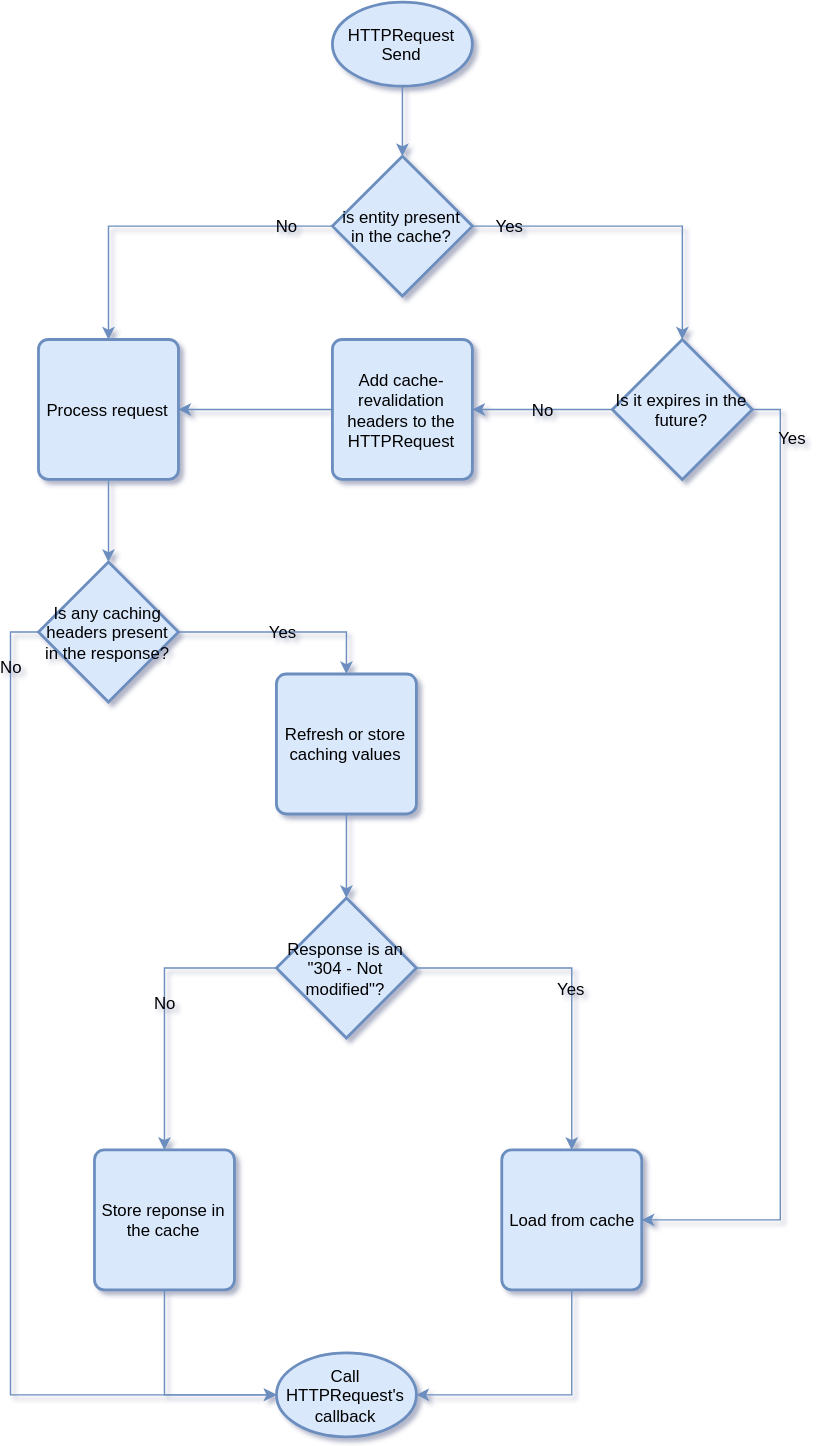
Benedicht/BestHTTP-Documentation keeps this draw.io diagram as docs/1. HTTP Request/Advanced Topics/media/CachingExplained.svg. Above is the earlier version. Source tidied: cells renumbered, new cells last; positions are measured from the earlier drawing's top-left corner, leaving out a move shared by most shapes.
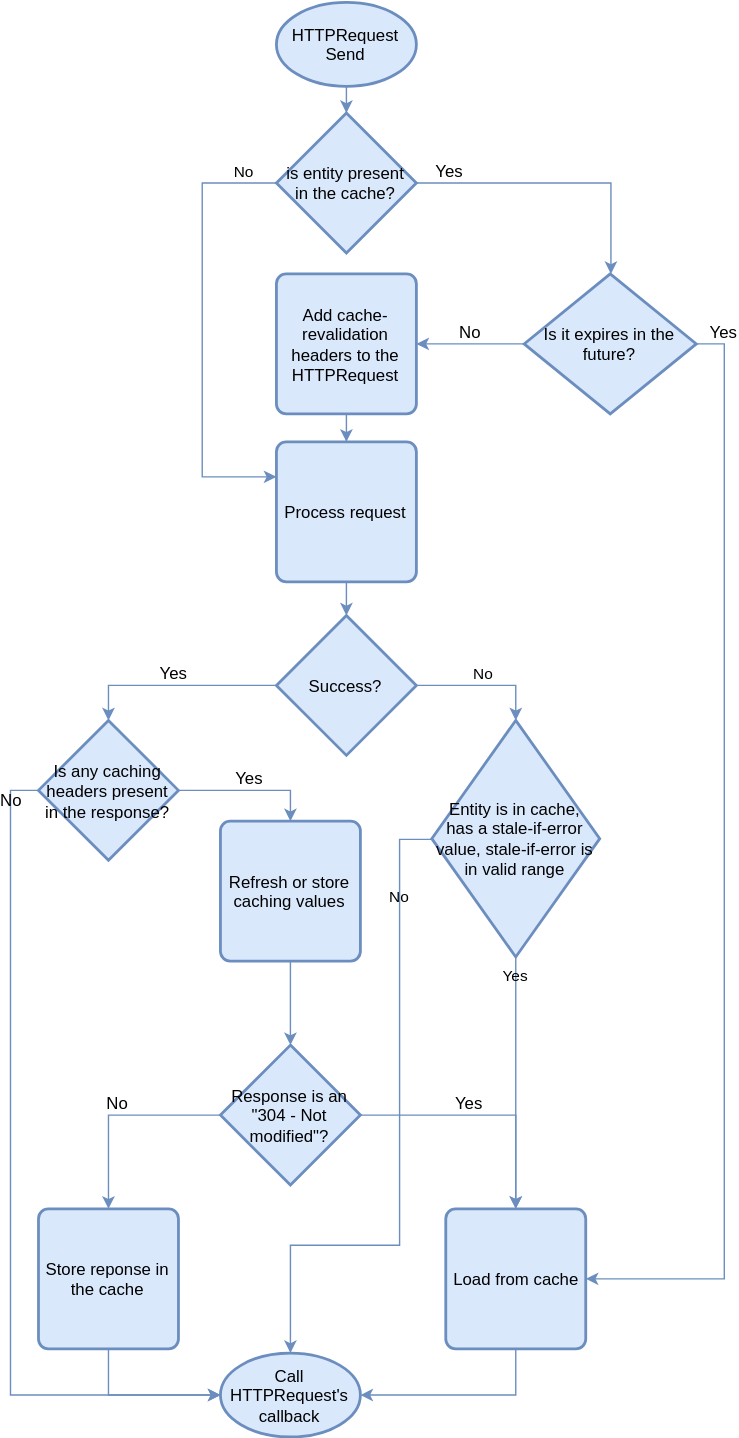
After the change.

Commit message:
Updated cache flow chart and added documentation about the IsDoingMaintainence property.

Diff of the diagram source:
```diff
@@ -8,78 +8,103 @@
     <mxCell id="3" value="HTTPRequest Send" style="strokeWidth=2;shape=mxgraph.flowchart.start_1;whiteSpace=wrap;fillColor=#dae8fc;strokeColor=#6c8ebf;fontSize=12;fontColor=#000000;labelBorderColor=none;html=1;shadow=0;labelBackgroundColor=none;" parent="1" vertex="1">
       <mxGeometry x="210" width="100" height="60" as="geometry" />
     </mxCell>
-    <mxCell id="4" value="Yes" style="edgeStyle=orthogonalEdgeStyle;rounded=0;jettySize=auto;entryX=0.5;entryY=0;entryDx=0;entryDy=0;entryPerimeter=0;fillColor=#dae8fc;strokeColor=#6c8ebf;fontSize=12;fontColor=#000000;labelBorderColor=none;html=1;shadow=0;labelBackgroundColor=none;" parent="1" edge="1" source="6" target="9">
+    <mxCell id="4" value="Yes" style="edgeStyle=orthogonalEdgeStyle;rounded=0;jettySize=auto;entryX=0.5;entryY=0;entryDx=0;entryDy=0;entryPerimeter=0;fillColor=#dae8fc;strokeColor=#6c8ebf;fontSize=12;fontColor=#000000;labelBorderColor=none;html=1;shadow=0;labelBackgroundColor=none;align=center;verticalAlign=bottom;" parent="1" edge="1" source="6" target="9">
       <mxGeometry x="-0.77" relative="1" as="geometry" />
     </mxCell>
-    <mxCell id="5" value="No" style="edgeStyle=orthogonalEdgeStyle;rounded=0;jettySize=auto;entryX=0.5;entryY=0;entryDx=0;entryDy=0;fillColor=#dae8fc;strokeColor=#6c8ebf;fontSize=12;fontColor=#000000;labelBorderColor=none;html=1;shadow=0;labelBackgroundColor=none;" parent="1" edge="1" source="6" target="14">
-      <mxGeometry x="-0.73" relative="1" as="geometry" />
+    <mxCell id="5" value="No" style="edgeStyle=orthogonalEdgeStyle;rounded=0;jettySize=auto;html=1;entryX=0;entryY=0.25;entryDx=0;entryDy=0;strokeColor=#6C8EBF;labelBackgroundColor=none;fontColor=#000000;verticalAlign=bottom;" parent="1" edge="1" source="6" target="14">
+      <mxGeometry x="-0.85" relative="1" as="geometry">
+        <Array as="points">
+          <mxPoint x="157" y="129" />
+          <mxPoint x="157" y="339" />
+        </Array>
+      </mxGeometry>
     </mxCell>
     <mxCell id="6" value="is entity present in the cache?" style="strokeWidth=2;shape=mxgraph.flowchart.decision;whiteSpace=wrap;fillColor=#dae8fc;strokeColor=#6c8ebf;fontSize=12;fontColor=#000000;labelBorderColor=none;html=1;shadow=0;labelBackgroundColor=none;" parent="1" vertex="1">
-      <mxGeometry x="210" y="110" width="100" height="100" as="geometry" />
+      <mxGeometry x="210" y="79" width="100" height="100" as="geometry" />
     </mxCell>
-    <mxCell id="7" value="No" style="edgeStyle=orthogonalEdgeStyle;rounded=0;jettySize=auto;entryX=1;entryY=0.5;entryDx=0;entryDy=0;fillColor=#dae8fc;strokeColor=#6c8ebf;fontSize=12;fontColor=#000000;labelBorderColor=none;html=1;shadow=0;labelBackgroundColor=none;" parent="1" edge="1" source="9" target="21">
+    <mxCell id="7" value="No" style="edgeStyle=orthogonalEdgeStyle;rounded=0;jettySize=auto;entryX=1;entryY=0.5;entryDx=0;entryDy=0;fillColor=#dae8fc;strokeColor=#6c8ebf;fontSize=12;fontColor=#000000;labelBorderColor=none;html=1;shadow=0;labelBackgroundColor=none;verticalAlign=bottom;" parent="1" edge="1" source="9" target="21">
       <mxGeometry relative="1" as="geometry" />
     </mxCell>
-    <mxCell id="8" value="Yes" style="edgeStyle=orthogonalEdgeStyle;rounded=0;jettySize=auto;entryX=1;entryY=0.5;entryDx=0;entryDy=0;exitX=1;exitY=0.5;exitDx=0;exitDy=0;exitPerimeter=0;fillColor=#dae8fc;strokeColor=#6c8ebf;fontSize=12;fontColor=#000000;labelBorderColor=none;html=1;shadow=0;labelBackgroundColor=none;" parent="1" edge="1" source="9" target="11">
-      <mxGeometry x="-0.95" y="-10" relative="1" as="geometry">
-        <mxPoint x="10" y="10" as="offset" />
-      </mxGeometry>
+    <mxCell id="8" value="Yes" style="edgeStyle=orthogonalEdgeStyle;rounded=0;jettySize=auto;entryX=1;entryY=0.5;entryDx=0;entryDy=0;exitX=1;exitY=0.5;exitDx=0;exitDy=0;exitPerimeter=0;fillColor=#dae8fc;strokeColor=#6c8ebf;fontSize=12;fontColor=#000000;labelBorderColor=none;html=1;shadow=0;labelBackgroundColor=none;verticalAlign=bottom;" parent="1" edge="1" source="9" target="11">
+      <mxGeometry x="-0.95" relative="1" as="geometry" />
     </mxCell>
-    <mxCell id="9" value="Is it expires in the future?" style="strokeWidth=2;shape=mxgraph.flowchart.decision;whiteSpace=wrap;shadow=0;fillColor=#dae8fc;strokeColor=#6c8ebf;fontSize=12;fontColor=#000000;labelBorderColor=none;html=1;labelBackgroundColor=none;" parent="1" vertex="1">
-      <mxGeometry x="410" y="241" width="100" height="100" as="geometry" />
+    <mxCell id="9" value="Is it expires in the future?" style="strokeWidth=2;shape=mxgraph.flowchart.decision;whiteSpace=wrap;shadow=0;fillColor=#dae8fc;strokeColor=#6c8ebf;fontSize=12;fontColor=#000000;labelBorderColor=none;html=1;labelBackgroundColor=none;align=center;verticalAlign=middle;" parent="1" vertex="1">
+      <mxGeometry x="387" y="194" width="123" height="100" as="geometry" />
     </mxCell>
     <mxCell id="10" style="edgeStyle=orthogonalEdgeStyle;rounded=0;jettySize=auto;entryX=1;entryY=0.5;entryDx=0;entryDy=0;entryPerimeter=0;fillColor=#dae8fc;strokeColor=#6c8ebf;fontSize=12;fontColor=#000000;labelBorderColor=none;html=1;shadow=0;labelBackgroundColor=none;exitX=0.5;exitY=1;exitDx=0;exitDy=0;" parent="1" edge="1" source="11" target="12">
       <mxGeometry relative="1" as="geometry" />
     </mxCell>
     <mxCell id="11" value="Load from cache" style="rounded=1;whiteSpace=wrap;absoluteArcSize=1;arcSize=14;strokeWidth=2;fillColor=#dae8fc;strokeColor=#6c8ebf;fontSize=12;fontColor=#000000;labelBorderColor=none;html=1;shadow=0;labelBackgroundColor=none;" parent="1" vertex="1">
-      <mxGeometry x="331" y="820" width="100" height="100" as="geometry" />
+      <mxGeometry x="331" y="862" width="100" height="100" as="geometry" />
     </mxCell>
     <mxCell id="12" value="Call HTTPRequest's callback" style="strokeWidth=2;shape=mxgraph.flowchart.start_1;whiteSpace=wrap;fillColor=#dae8fc;strokeColor=#6c8ebf;fontSize=12;fontColor=#000000;labelBorderColor=none;html=1;shadow=0;labelBackgroundColor=none;" parent="1" vertex="1">
       <mxGeometry x="170" y="965" width="100" height="60" as="geometry" />
     </mxCell>
-    <mxCell id="13" style="edgeStyle=orthogonalEdgeStyle;rounded=0;jettySize=auto;entryX=0.5;entryY=0;entryDx=0;entryDy=0;entryPerimeter=0;fillColor=#dae8fc;strokeColor=#6c8ebf;fontSize=12;fontColor=#000000;labelBorderColor=none;html=1;shadow=0;labelBackgroundColor=none;" parent="1" edge="1" source="14" target="17">
+    <mxCell id="13" value="Yes" style="edgeStyle=orthogonalEdgeStyle;rounded=0;jettySize=auto;entryX=0.5;entryY=0;entryDx=0;entryDy=0;entryPerimeter=0;fillColor=#dae8fc;strokeColor=#6c8ebf;fontSize=12;fontColor=#000000;labelBorderColor=none;html=1;shadow=0;labelBackgroundColor=none;exitX=0;exitY=0.5;exitDx=0;exitDy=0;exitPerimeter=0;verticalAlign=bottom;" parent="1" edge="1" source="29" target="17">
       <mxGeometry relative="1" as="geometry" />
     </mxCell>
+    <mxCell id="27" style="edgeStyle=orthogonalEdgeStyle;rounded=0;jettySize=auto;html=1;labelBackgroundColor=none;strokeColor=#6C8EBF;fontColor=#000000;" parent="1" edge="1" source="14" target="29">
+      <mxGeometry relative="1" as="geometry" />
+    </mxCell>
     <mxCell id="14" value="Process request" style="rounded=1;whiteSpace=wrap;absoluteArcSize=1;arcSize=14;strokeWidth=2;fillColor=#dae8fc;strokeColor=#6c8ebf;fontSize=12;fontColor=#000000;labelBorderColor=none;html=1;shadow=0;labelBackgroundColor=none;" parent="1" vertex="1">
-      <mxGeometry y="241" width="100" height="100" as="geometry" />
+      <mxGeometry x="210" y="314" width="100" height="100" as="geometry" />
     </mxCell>
-    <mxCell id="15" value="Yes" style="edgeStyle=orthogonalEdgeStyle;rounded=0;jettySize=auto;entryX=0.5;entryY=0;entryDx=0;entryDy=0;fillColor=#dae8fc;strokeColor=#6c8ebf;fontSize=12;fontColor=#000000;labelBorderColor=none;html=1;shadow=0;labelBackgroundColor=none;" parent="1" edge="1" source="17" target="26">
+    <mxCell id="15" value="Yes" style="edgeStyle=orthogonalEdgeStyle;rounded=0;jettySize=auto;entryX=0.5;entryY=0;entryDx=0;entryDy=0;fillColor=#dae8fc;strokeColor=#6c8ebf;fontSize=12;fontColor=#000000;labelBorderColor=none;html=1;shadow=0;labelBackgroundColor=none;verticalAlign=bottom;" parent="1" edge="1" source="17" target="26">
       <mxGeometry relative="1" as="geometry" />
     </mxCell>
-    <mxCell id="16" value="No" style="edgeStyle=orthogonalEdgeStyle;rounded=0;jettySize=auto;entryX=0;entryY=0.5;entryDx=0;entryDy=0;entryPerimeter=0;exitX=0;exitY=0.5;exitDx=0;exitDy=0;exitPerimeter=0;fillColor=#dae8fc;strokeColor=#6c8ebf;fontSize=12;fontColor=#000000;labelBorderColor=none;html=1;shadow=0;labelBackgroundColor=none;horizontal=1;verticalAlign=middle;" parent="1" edge="1" source="17" target="12">
+    <mxCell id="16" value="No" style="edgeStyle=orthogonalEdgeStyle;rounded=0;jettySize=auto;entryX=0;entryY=0.5;entryDx=0;entryDy=0;entryPerimeter=0;exitX=0;exitY=0.5;exitDx=0;exitDy=0;exitPerimeter=0;fillColor=#dae8fc;strokeColor=#6c8ebf;fontSize=12;fontColor=#000000;labelBorderColor=none;html=1;shadow=0;labelBackgroundColor=none;horizontal=1;verticalAlign=bottom;" parent="1" edge="1" source="17" target="12">
       <mxGeometry x="-0.88" relative="1" as="geometry" />
     </mxCell>
     <mxCell id="17" value="Is any caching headers present in the response?" style="strokeWidth=2;shape=mxgraph.flowchart.decision;whiteSpace=wrap;fillColor=#dae8fc;strokeColor=#6c8ebf;fontSize=12;fontColor=#000000;labelBorderColor=none;html=1;shadow=0;labelBackgroundColor=none;" parent="1" vertex="1">
-      <mxGeometry y="400" width="100" height="100" as="geometry" />
+      <mxGeometry x="40" y="513" width="100" height="100" as="geometry" />
     </mxCell>
     <mxCell id="18" style="edgeStyle=orthogonalEdgeStyle;rounded=0;jettySize=auto;entryX=0;entryY=0.5;entryDx=0;entryDy=0;entryPerimeter=0;exitX=0.5;exitY=1;exitDx=0;exitDy=0;fillColor=#dae8fc;strokeColor=#6c8ebf;fontSize=12;fontColor=#000000;labelBorderColor=none;html=1;shadow=0;labelBackgroundColor=none;" parent="1" edge="1" source="19" target="12">
       <mxGeometry relative="1" as="geometry" />
     </mxCell>
     <mxCell id="19" value="Store reponse in the cache" style="rounded=1;whiteSpace=wrap;absoluteArcSize=1;arcSize=14;strokeWidth=2;fillColor=#dae8fc;strokeColor=#6c8ebf;fontSize=12;fontColor=#000000;labelBorderColor=none;html=1;shadow=0;labelBackgroundColor=none;" parent="1" vertex="1">
-      <mxGeometry x="40" y="820" width="100" height="100" as="geometry" />
+      <mxGeometry x="40" y="862" width="100" height="100" as="geometry" />
     </mxCell>
-    <mxCell id="20" style="edgeStyle=orthogonalEdgeStyle;rounded=0;jettySize=auto;entryX=1;entryY=0.5;entryDx=0;entryDy=0;fillColor=#dae8fc;strokeColor=#6c8ebf;fontSize=12;fontColor=#000000;labelBorderColor=none;html=1;shadow=0;labelBackgroundColor=none;" parent="1" edge="1" source="21" target="14">
+    <mxCell id="20" style="edgeStyle=orthogonalEdgeStyle;rounded=0;jettySize=auto;entryX=0.5;entryY=0;entryDx=0;entryDy=0;fillColor=#dae8fc;strokeColor=#6c8ebf;fontSize=12;fontColor=#000000;labelBorderColor=none;html=1;shadow=0;labelBackgroundColor=none;" parent="1" edge="1" source="21" target="14">
       <mxGeometry relative="1" as="geometry" />
     </mxCell>
     <mxCell id="21" value="Add cache-revalidation headers to the HTTPRequest" style="rounded=1;whiteSpace=wrap;absoluteArcSize=1;arcSize=14;strokeWidth=2;fillColor=#dae8fc;strokeColor=#6c8ebf;fontSize=12;fontColor=#000000;labelBorderColor=none;html=1;shadow=0;labelBackgroundColor=none;" parent="1" vertex="1">
-      <mxGeometry x="210" y="241" width="100" height="100" as="geometry" />
+      <mxGeometry x="210" y="194" width="100" height="100" as="geometry" />
     </mxCell>
-    <mxCell id="22" value="Yes" style="edgeStyle=orthogonalEdgeStyle;rounded=0;jettySize=auto;entryX=0.5;entryY=0;entryDx=0;entryDy=0;fillColor=#dae8fc;strokeColor=#6c8ebf;fontSize=12;fontColor=#000000;labelBorderColor=none;html=1;shadow=0;labelBackgroundColor=none;" parent="1" edge="1" source="24" target="11">
-      <mxGeometry x="-0.08" y="-15" relative="1" as="geometry">
-        <mxPoint x="15" y="15" as="offset" />
-      </mxGeometry>
+    <mxCell id="22" value="Yes" style="edgeStyle=orthogonalEdgeStyle;rounded=0;jettySize=auto;entryX=0.5;entryY=0;entryDx=0;entryDy=0;fillColor=#dae8fc;strokeColor=#6c8ebf;fontSize=12;fontColor=#000000;labelBorderColor=none;html=1;shadow=0;labelBackgroundColor=none;verticalAlign=bottom;" parent="1" edge="1" source="24" target="11">
+      <mxGeometry x="-0.12" relative="1" as="geometry" />
     </mxCell>
-    <mxCell id="23" value="No" style="edgeStyle=orthogonalEdgeStyle;rounded=0;jettySize=auto;entryX=0.5;entryY=0;entryDx=0;entryDy=0;exitX=0;exitY=0.5;exitDx=0;exitDy=0;exitPerimeter=0;fillColor=#dae8fc;strokeColor=#6c8ebf;fontSize=12;fontColor=#000000;labelBorderColor=none;html=1;shadow=0;labelBackgroundColor=none;" parent="1" edge="1" source="24" target="19">
+    <mxCell id="23" value="No" style="edgeStyle=orthogonalEdgeStyle;rounded=0;jettySize=auto;entryX=0.5;entryY=0;entryDx=0;entryDy=0;exitX=0;exitY=0.5;exitDx=0;exitDy=0;exitPerimeter=0;fillColor=#dae8fc;strokeColor=#6c8ebf;fontSize=12;fontColor=#000000;labelBorderColor=none;html=1;shadow=0;labelBackgroundColor=none;verticalAlign=bottom;" parent="1" edge="1" source="24" target="19">
       <mxGeometry relative="1" as="geometry" />
     </mxCell>
     <mxCell id="24" value="Response is an &quot;304 - Not modified&quot;?" style="strokeWidth=2;shape=mxgraph.flowchart.decision;whiteSpace=wrap;align=center;verticalAlign=middle;fillColor=#dae8fc;strokeColor=#6c8ebf;fontSize=12;fontColor=#000000;labelBorderColor=none;html=1;shadow=0;labelBackgroundColor=none;" parent="1" vertex="1">
-      <mxGeometry x="170" y="640" width="100" height="100" as="geometry" />
+      <mxGeometry x="170" y="745" width="100" height="100" as="geometry" />
     </mxCell>
     <mxCell id="25" style="edgeStyle=orthogonalEdgeStyle;rounded=0;jettySize=auto;entryX=0.5;entryY=0;entryDx=0;entryDy=0;entryPerimeter=0;fillColor=#dae8fc;strokeColor=#6c8ebf;fontSize=12;fontColor=#000000;labelBorderColor=none;html=1;shadow=0;labelBackgroundColor=none;" parent="1" edge="1" source="26" target="24">
       <mxGeometry relative="1" as="geometry" />
     </mxCell>
     <mxCell id="26" value="Refresh or store caching values" style="rounded=1;whiteSpace=wrap;absoluteArcSize=1;arcSize=14;strokeWidth=2;shadow=0;fillColor=#dae8fc;strokeColor=#6c8ebf;fontSize=12;fontColor=#000000;labelBorderColor=none;html=1;labelBackgroundColor=none;" parent="1" vertex="1">
-      <mxGeometry x="170" y="480" width="100" height="100" as="geometry" />
+      <mxGeometry x="170" y="585" width="100" height="100" as="geometry" />
     </mxCell>
+    <mxCell id="28" value="No" style="edgeStyle=orthogonalEdgeStyle;rounded=0;jettySize=auto;html=1;entryX=0.5;entryY=0;entryDx=0;entryDy=0;entryPerimeter=0;labelBackgroundColor=none;strokeColor=#6C8EBF;fontColor=#000000;verticalAlign=bottom;" parent="1" edge="1" source="29" target="32">
+      <mxGeometry relative="1" as="geometry" />
+    </mxCell>
+    <mxCell id="29" value="Success?" style="strokeWidth=2;html=1;shape=mxgraph.flowchart.decision;whiteSpace=wrap;fontColor=#000000;rounded=1;shadow=0;strokeColor=#6c8ebf;fillColor=#dae8fc;labelBackgroundColor=none;labelBorderColor=none;arcSize=14;" parent="1" vertex="1">
+      <mxGeometry x="210" y="438" width="100" height="100" as="geometry" />
+    </mxCell>
+    <mxCell id="30" value="Yes" style="edgeStyle=orthogonalEdgeStyle;rounded=0;jettySize=auto;html=1;exitX=0.5;exitY=1;exitDx=0;exitDy=0;exitPerimeter=0;entryX=0.5;entryY=0;entryDx=0;entryDy=0;labelBackgroundColor=none;strokeColor=#6C8EBF;fontColor=#000000;verticalAlign=bottom;" parent="1" edge="1" source="32" target="11">
+      <mxGeometry x="-0.75" relative="1" as="geometry" />
+    </mxCell>
+    <mxCell id="31" value="No" style="edgeStyle=orthogonalEdgeStyle;rounded=0;jettySize=auto;html=1;entryX=0.5;entryY=0;entryDx=0;entryDy=0;entryPerimeter=0;labelBackgroundColor=none;strokeColor=#6C8EBF;fontColor=#000000;exitX=0;exitY=0.5;exitDx=0;exitDy=0;exitPerimeter=0;verticalAlign=bottom;" parent="1" edge="1" source="32" target="12">
+      <mxGeometry x="-0.69" relative="1" as="geometry">
+        <Array as="points">
+          <mxPoint x="298" y="598" />
+          <mxPoint x="298" y="888" />
+          <mxPoint x="220" y="888" />
+        </Array>
+      </mxGeometry>
+    </mxCell>
+    <mxCell id="32" value="Entity is in cache, has a stale-if-error value,&amp;nbsp;stale-if-error is in valid range" style="strokeWidth=2;html=1;shape=mxgraph.flowchart.decision;whiteSpace=wrap;rounded=1;shadow=0;fillColor=#dae8fc;fontColor=#000000;strokeColor=#6c8ebf;labelBackgroundColor=none;labelBorderColor=none;arcSize=14;" parent="1" vertex="1">
+      <mxGeometry x="321" y="513" width="120" height="169" as="geometry" />
+    </mxCell>
   </root>
 </mxGraphModel>
```
